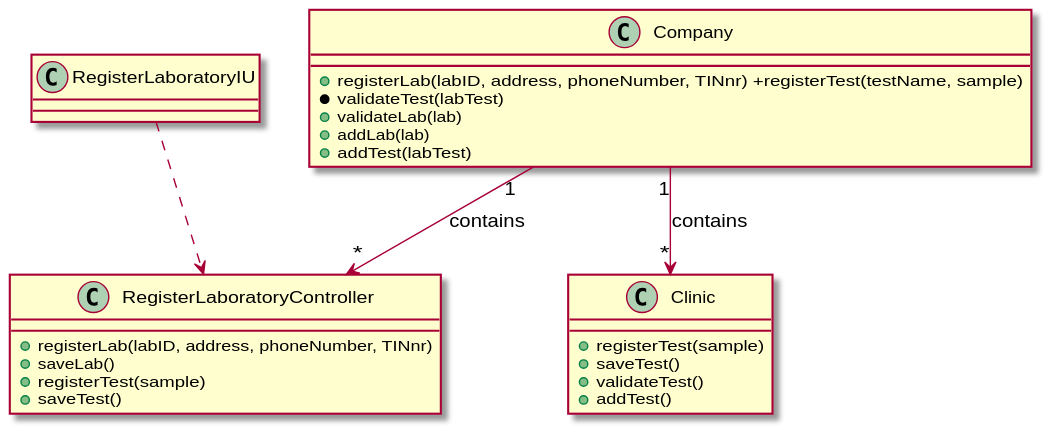
Before: docs/SprintB/US8/US8_CD.svg, a diagram exported from PlantUML (jsmarques98/LAPR2-ISEP).
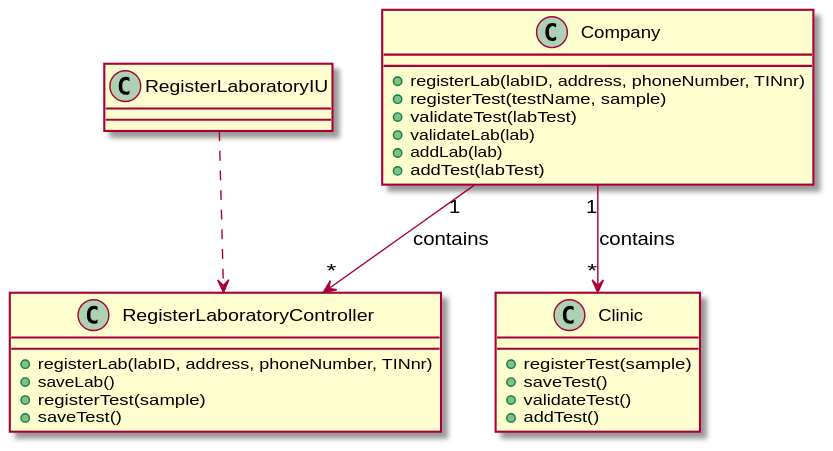
Later version of the same file.

What changed in the source:
```diff
@@ -18,8 +18,9 @@
   }
 
 class Company {
-    +registerLab(labID, address, phoneNumber, TINnr)    +registerTest(testName, sample)
-    *validateTest(labTest)
+    +registerLab(labID, address, phoneNumber, TINnr)
+    +registerTest(testName, sample)
+    +validateTest(labTest)
     +validateLab(lab)
     +addLab(lab)
     +addTest(labTest)
```
